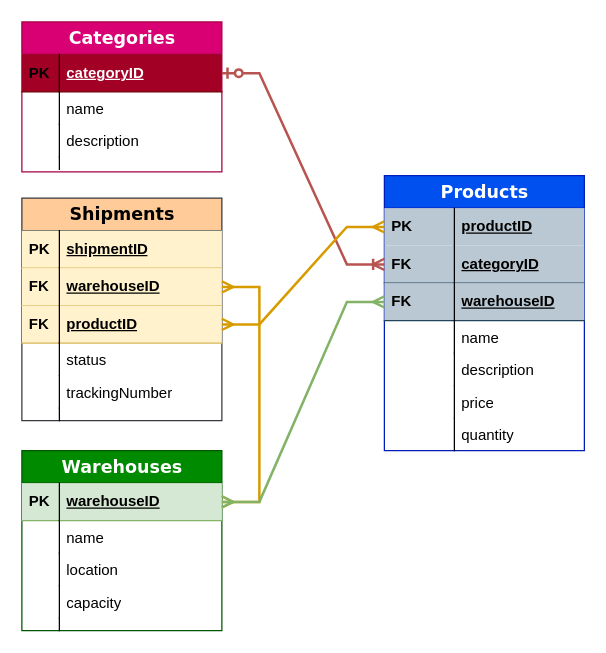
This is ER_Diagram.drawio from dana-akesh/Inventory_managment_system_api, a draw.io file, before an edit. Source tidied: cells renumbered, new cells numbered last; positions are measured from the earlier drawing's top-left corner, leaving out a move shared by most shapes. Both pictures are drawn from the tidied source at 125%, with x=0, y=0 at pixel (21, 21).
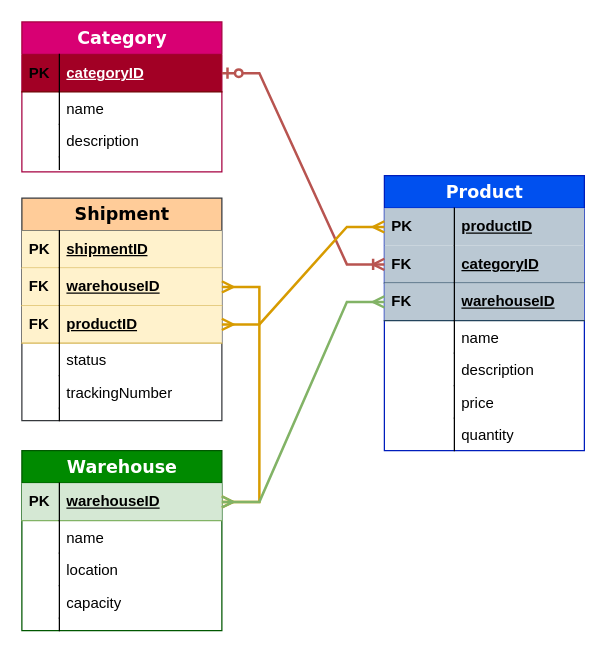
The same page after the edit.

The edit, as a diff of the source:
```diff
@@
-    <mxCell id="2" value="&lt;b&gt;Products&lt;/b&gt;" style="swimlane;html=1;fontStyle=0;horizontal=1;startSize=26;fillColor=#0050ef;swimlaneFillColor=#ffffff;align=center;rounded=0;shadow=0;comic=0;labelBackgroundColor=none;strokeWidth=1;fontFamily=Verdana;fontSize=14;strokeColor=#001DBC;fontColor=#ffffff;" parent="1" vertex="1">
+    <mxCell id="2" value="&lt;b&gt;Product&lt;/b&gt;" style="swimlane;html=1;fontStyle=0;horizontal=1;startSize=26;fillColor=#0050ef;swimlaneFillColor=#ffffff;align=center;rounded=0;shadow=0;comic=0;labelBackgroundColor=none;strokeWidth=1;fontFamily=Verdana;fontSize=14;strokeColor=#001DBC;fontColor=#ffffff;" parent="1" vertex="1">
       <mxGeometry x="290" y="123" width="160" height="220" as="geometry" />
     </mxCell>
@@
-    <mxCell id="17" value="&lt;b&gt;Categories&lt;/b&gt;" style="swimlane;html=1;fontStyle=0;horizontal=1;startSize=26;fillColor=#d80073;swimlaneFillColor=#ffffff;align=center;rounded=0;shadow=0;comic=0;labelBackgroundColor=none;strokeWidth=1;fontFamily=Verdana;fontSize=14;swimlaneLine=1;strokeColor=#A50040;fontColor=#ffffff;" parent="1" vertex="1">
+    <mxCell id="17" value="&lt;b&gt;Category&lt;/b&gt;" style="swimlane;html=1;fontStyle=0;horizontal=1;startSize=26;fillColor=#d80073;swimlaneFillColor=#ffffff;align=center;rounded=0;shadow=0;comic=0;labelBackgroundColor=none;strokeWidth=1;fontFamily=Verdana;fontSize=14;swimlaneLine=1;strokeColor=#A50040;fontColor=#ffffff;" parent="1" vertex="1">
       <mxGeometry width="160" height="120" as="geometry" />
     </mxCell>
@@
-    <mxCell id="26" value="&lt;b&gt;Warehouses&lt;/b&gt;" style="swimlane;html=1;fontStyle=0;horizontal=1;startSize=26;fillColor=#008a00;swimlaneFillColor=#ffffff;align=center;rounded=0;shadow=0;comic=0;labelBackgroundColor=none;strokeWidth=1;fontFamily=Verdana;fontSize=14;strokeColor=#005700;fontColor=#ffffff;" parent="1" vertex="1">
+    <mxCell id="26" value="&lt;b&gt;Warehouse&lt;/b&gt;" style="swimlane;html=1;fontStyle=0;horizontal=1;startSize=26;fillColor=#008a00;swimlaneFillColor=#ffffff;align=center;rounded=0;shadow=0;comic=0;labelBackgroundColor=none;strokeWidth=1;fontFamily=Verdana;fontSize=14;strokeColor=#005700;fontColor=#ffffff;" parent="1" vertex="1">
       <mxGeometry y="343" width="160" height="144" as="geometry" />
     </mxCell>
@@
-    <mxCell id="37" value="&lt;b&gt;Shipments&lt;/b&gt;" style="swimlane;html=1;fontStyle=0;horizontal=1;startSize=26;fillColor=#ffcc99;swimlaneFillColor=#ffffff;align=center;rounded=0;shadow=0;comic=0;labelBackgroundColor=none;strokeWidth=1;fontFamily=Verdana;fontSize=14;strokeColor=#36393d;" parent="1" vertex="1">
+    <mxCell id="37" value="&lt;b&gt;Shipment&lt;/b&gt;" style="swimlane;html=1;fontStyle=0;horizontal=1;startSize=26;fillColor=#ffcc99;swimlaneFillColor=#ffffff;align=center;rounded=0;shadow=0;comic=0;labelBackgroundColor=none;strokeWidth=1;fontFamily=Verdana;fontSize=14;strokeColor=#36393d;" parent="1" vertex="1">
       <mxGeometry y="141" width="160" height="178" as="geometry" />
     </mxCell>
```
